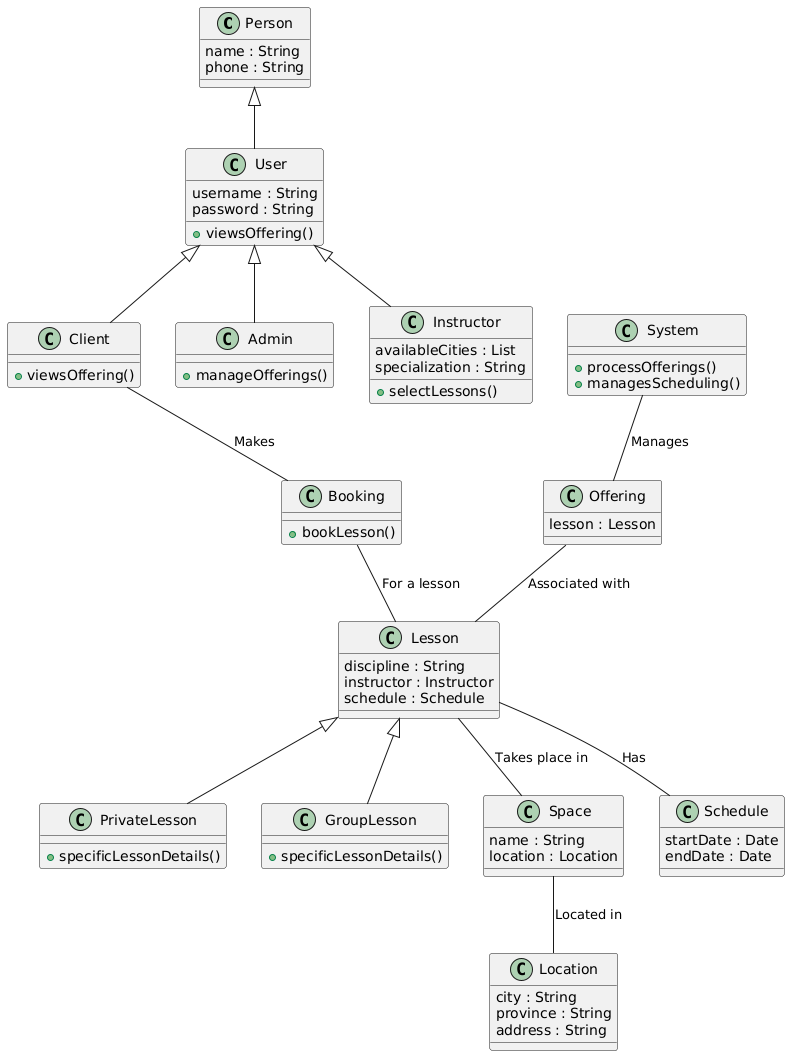
This is Diagrams/ClassDiagram.png from ABALkhabbaz/LessonSchedulingSystem, a PlantUML export, as it was before one commit. Its diagram source:
```plantuml
@startuml
class Person {
    name : String
    phone : String
}

class User {
    username : String
    password : String
    +viewsOffering()
}
Person <|-- User

class Client {
    +viewsOffering()
}
User <|-- Client

class Admin {
    +manageOfferings()
}
User <|-- Admin

class Instructor {
    availableCities : List
    specialization : String
    +selectLessons()
}
User <|-- Instructor

class System {
    +processOfferings()
    +managesScheduling()
}

class Offering {
    lesson : Lesson
}

System -- Offering : "Manages"
Offering -- Lesson : "Associated with"

class Lesson {
    discipline : String
    instructor : Instructor
    schedule : Schedule
}

Lesson <|-- PrivateLesson
Lesson <|-- GroupLesson

class PrivateLesson {
    +specificLessonDetails()
}

class GroupLesson {
    +specificLessonDetails()
}

class Space {
    name : String
    location : Location
}

class Location {
    city : String
    province : String
    address : String
}

Space -- Location : "Located in"
Lesson -- Space : "Takes place in"

class Schedule {
    startDate : Date
    endDate : Date
}

Lesson -- Schedule : "Has"

class Booking {
    +bookLesson()
}

Client -- Booking : "Makes"
Booking -- Lesson : "For a lesson"
@enduml
```
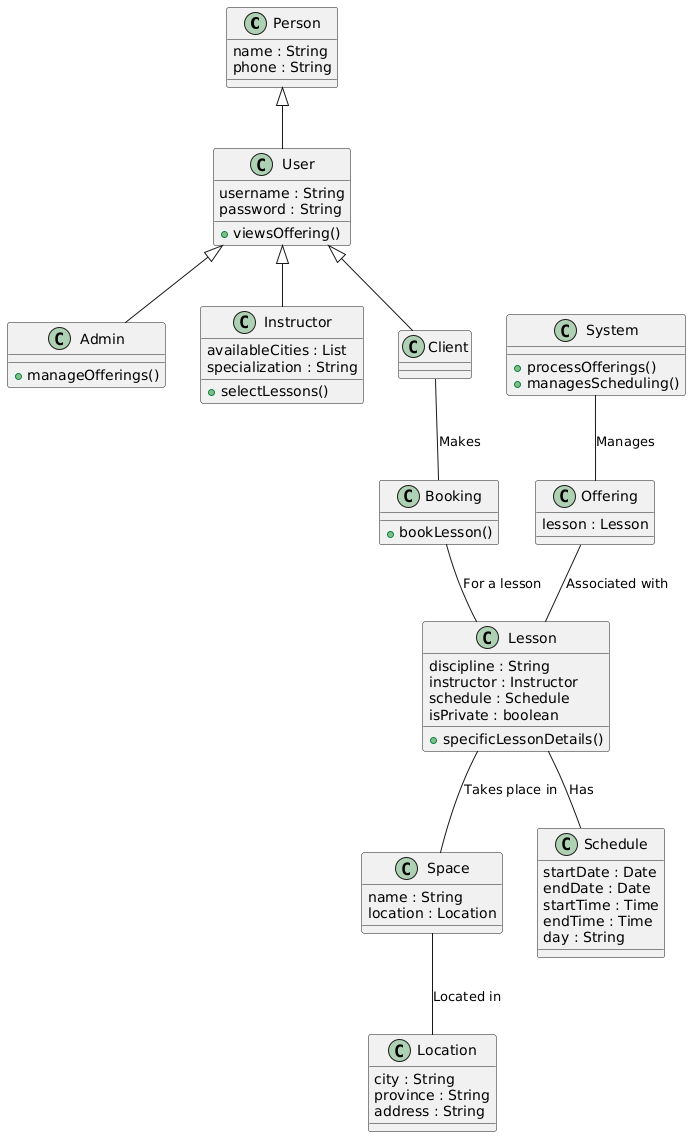
After the commit.

Diff of the diagram source:
```diff
@@ -9,24 +9,21 @@
     password : String
     +viewsOffering()
 }
+
 Person <|-- User
-
-class Client {
-    +viewsOffering()
-}
+User <|-- Admin
+User <|-- Instructor
 User <|-- Client
 
 class Admin {
     +manageOfferings()
 }
-User <|-- Admin
 
 class Instructor {
     availableCities : List
     specialization : String
     +selectLessons()
 }
-User <|-- Instructor
 
 class System {
     +processOfferings()
@@ -44,16 +41,7 @@
     discipline : String
     instructor : Instructor
     schedule : Schedule
-}
-
-Lesson <|-- PrivateLesson
-Lesson <|-- GroupLesson
-
-class PrivateLesson {
-    +specificLessonDetails()
-}
-
-class GroupLesson {
+    isPrivate : boolean
     +specificLessonDetails()
 }
 
@@ -74,6 +62,9 @@
 class Schedule {
     startDate : Date
     endDate : Date
+    startTime : Time
+    endTime : Time
+    day : String
 }
 
 Lesson -- Schedule : "Has"
```
